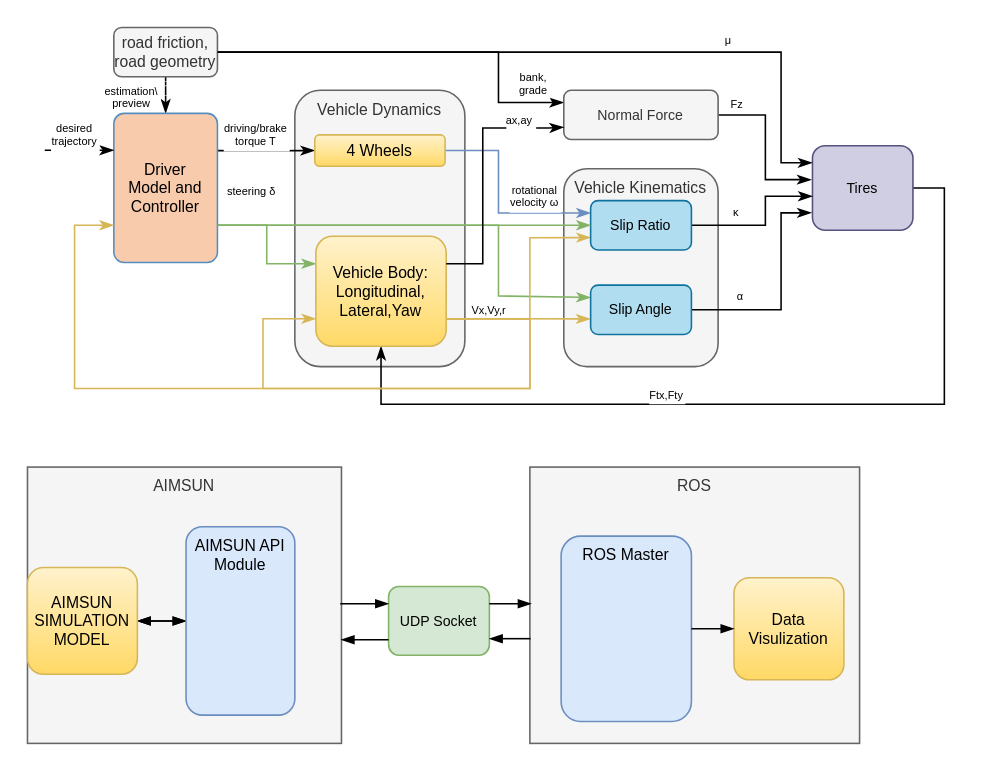
This is page "Page-1" (1 of 2) of ROS_AIMSUN_Bridge.drawio from LimingGao/draw_io, a draw.io file, before an edit. Source tidied: cells renumbered, new cells numbered last; positions are measured from the earlier drawing's top-left corner, leaving out a move shared by most shapes. Both pictures are drawn from the tidied source at 157%, with x=0, y=0 at pixel (27, 27).
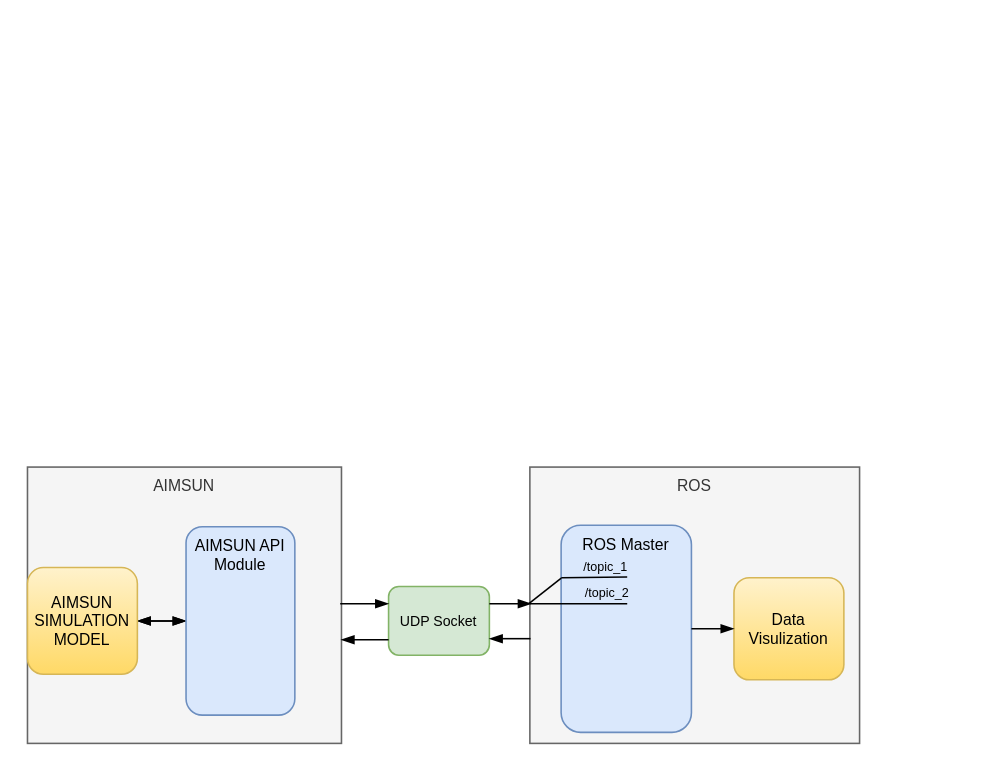
Above is the later version.

Unchanged cells that the change refers to:
```xml
<mxCell id="49" value="UDP Socket" style="rounded=1;align=center;verticalAlign=middle;fillColor=#d5e8d4;strokeColor=#82b366;fontSize=9;fontStyle=0;" parent="1" vertex="1">
  <mxGeometry x="230" y="356.1" width="64.2" height="43.7" as="geometry" />
</mxCell>
<mxCell id="50" value="ROS" style="rounded=0;align=center;verticalAlign=top;fontSize=10;fontStyle=0;strokeColor=#666666;fillColor=#f5f5f5;fontColor=#333333;glass=0;" parent="1" vertex="1">
  <mxGeometry x="320" y="280" width="210" height="176" as="geometry" />
</mxCell>
```

Diff of the diagram source:
```diff
@@
-    <mxCell id="2" style="edgeStyle=orthogonalEdgeStyle;rounded=0;jettySize=auto;startArrow=none;startFill=0;endArrow=classicThin;endFill=1;fontSize=7;dashed=1;" parent="1" edge="1" source="6" target="14">
-      <mxGeometry relative="1" as="geometry" />
-    </mxCell>
-    <mxCell id="3" value="estimation\&#10;preview" style="edgeLabel;align=center;verticalAlign=middle;fontSize=7;" parent="2" vertex="1">
-      <mxGeometry x="-0.25" relative="1" as="geometry">
-        <mxPoint x="-22" y="-6" as="offset" />
-      </mxGeometry>
-    </mxCell>
-    <mxCell id="4" style="edgeStyle=orthogonalEdgeStyle;rounded=0;jettySize=auto;entryX=0;entryY=0.25;entryDx=0;entryDy=0;startArrow=none;startFill=0;endArrow=classicThin;endFill=1;fontSize=7;exitX=1;exitY=0.5;exitDx=0;exitDy=0;" parent="1" edge="1" source="6" target="35">
-      <mxGeometry relative="1" as="geometry">
-        <Array as="points">
-          <mxPoint x="300" y="16" />
-          <mxPoint x="300" y="48" />
-        </Array>
-      </mxGeometry>
-    </mxCell>
-    <mxCell id="5" value="bank, &#10;grade" style="edgeLabel;align=center;verticalAlign=middle;fontSize=7;" parent="4" vertex="1">
-      <mxGeometry x="0.59" y="-1" relative="1" as="geometry">
-        <mxPoint x="23" y="-2.1" as="offset" />
-      </mxGeometry>
-    </mxCell>
-    <mxCell id="6" value="road friction,&#10;road geometry" style="rounded=1;labelBackgroundColor=none;arcSize=16;verticalAlign=middle;fontSize=10;align=center;fillColor=#f5f5f5;strokeColor=#666666;fontColor=#333333;" parent="1" vertex="1">
-      <mxGeometry x="55" width="66" height="31.4" as="geometry" />
-    </mxCell>
-    <mxCell id="7" value="Vehicle Kinematics" style="rounded=1;align=center;verticalAlign=top;fontSize=10;fontStyle=0;strokeColor=#666666;fillColor=#f5f5f5;fontColor=#333333;glass=0;" parent="1" vertex="1">
-      <mxGeometry x="341.6" y="90" width="98.3" height="126" as="geometry" />
-    </mxCell>
-    <mxCell id="8" value="Vehicle Dynamics" style="rounded=1;align=center;verticalAlign=top;fontSize=10;fontStyle=0;strokeColor=#666666;fillColor=#f5f5f5;fontColor=#333333;glass=0;" parent="1" vertex="1">
-      <mxGeometry x="170.3" y="40" width="108.3" height="176" as="geometry" />
-    </mxCell>
-    <mxCell id="9" style="edgeStyle=orthogonalEdgeStyle;rounded=0;jettySize=auto;entryX=0;entryY=0.5;entryDx=0;entryDy=0;exitX=1;exitY=0.25;exitDx=0;exitDy=0;endArrow=classicThin;endFill=1;" parent="1" edge="1" source="14" target="17">
-      <mxGeometry relative="1" as="geometry" />
-    </mxCell>
-    <mxCell id="10" value="driving/brake &#10;torque T" style="edgeLabel;align=center;verticalAlign=middle;fontSize=7;" parent="9" vertex="1">
-      <mxGeometry x="-0.26" y="-1" relative="1" as="geometry">
-        <mxPoint x="1.2" y="-11.4" as="offset" />
-      </mxGeometry>
-    </mxCell>
-    <mxCell id="11" style="edgeStyle=orthogonalEdgeStyle;rounded=0;jettySize=auto;exitX=1;exitY=0.75;exitDx=0;exitDy=0;fontSize=7;endArrow=classicThin;endFill=1;fillColor=#d5e8d4;strokeColor=#82b366;entryX=0;entryY=0.25;entryDx=0;entryDy=0;" parent="1" edge="1" source="14" target="25">
-      <mxGeometry relative="1" as="geometry" />
-    </mxCell>
-    <mxCell id="12" value="steering δ" style="edgeLabel;align=center;verticalAlign=middle;fontSize=7;" parent="11" vertex="1">
-      <mxGeometry x="-0.2" y="1" relative="1" as="geometry">
-        <mxPoint x="-10.9" y="-25.5" as="offset" />
-      </mxGeometry>
-    </mxCell>
-    <mxCell id="13" style="edgeStyle=orthogonalEdgeStyle;rounded=0;jettySize=auto;exitX=1;exitY=0.75;exitDx=0;exitDy=0;entryX=0;entryY=0.25;entryDx=0;entryDy=0;fontSize=7;endArrow=classicThin;endFill=1;fillColor=#d5e8d4;strokeColor=#82b366;" parent="1" edge="1" source="14" target="28">
-      <mxGeometry relative="1" as="geometry">
-        <Array as="points">
-          <mxPoint x="300" y="126" />
-          <mxPoint x="300" y="171" />
-        </Array>
-      </mxGeometry>
-    </mxCell>
-    <mxCell id="14" value="Driver &#10;Model and &#10;Controller" style="rounded=1;align=center;verticalAlign=middle;fontSize=10;fontStyle=0;fillColor=#F8CBAD;strokeColor=#578EC0;arcSize=10;" parent="1" vertex="1">
-      <mxGeometry x="55" y="54.7" width="66" height="95" as="geometry" />
-    </mxCell>
-    <mxCell id="15" style="edgeStyle=orthogonalEdgeStyle;rounded=0;jettySize=auto;fontSize=7;entryX=0;entryY=0.25;entryDx=0;entryDy=0;endArrow=classicThin;endFill=1;fillColor=#dae8fc;strokeColor=#6c8ebf;" parent="1" edge="1" source="17" target="31">
-      <mxGeometry relative="1" as="geometry">
-        <Array as="points">
-          <mxPoint x="300" y="78" />
-          <mxPoint x="300" y="118" />
-        </Array>
-      </mxGeometry>
-    </mxCell>
-    <mxCell id="16" value="rotational &#10;velocity ω" style="edgeLabel;align=center;verticalAlign=middle;fontSize=7;" parent="15" vertex="1">
-      <mxGeometry x="0.17" relative="1" as="geometry">
-        <mxPoint x="18.6" y="-10.9" as="offset" />
-      </mxGeometry>
-    </mxCell>
-    <mxCell id="17" value="4 Wheels" style="rounded=1;align=center;verticalAlign=middle;fontSize=10;fontStyle=0;fillColor=#fff2cc;strokeColor=#d6b656;gradientColor=#ffd966;" parent="1" vertex="1">
-      <mxGeometry x="183" y="68.4" width="83" height="20" as="geometry" />
-    </mxCell>
-    <mxCell id="18" style="edgeStyle=orthogonalEdgeStyle;rounded=0;orthogonalLoop=1;jettySize=auto;exitX=0.5;exitY=1;exitDx=0;exitDy=0;" parent="1" edge="1" source="17" target="17">
-      <mxGeometry relative="1" as="geometry" />
-    </mxCell>
-    <mxCell id="19" style="edgeStyle=orthogonalEdgeStyle;rounded=0;jettySize=auto;exitX=1;exitY=0.5;exitDx=0;exitDy=0;fontSize=7;endArrow=classicThin;endFill=1;entryX=0.5;entryY=1;entryDx=0;entryDy=0;" parent="1" edge="1" source="21" target="25">
-      <mxGeometry relative="1" as="geometry">
-        <Array as="points">
-          <mxPoint x="584" y="102" />
-          <mxPoint x="584" y="240" />
-          <mxPoint x="225" y="240" />
-        </Array>
-      </mxGeometry>
-    </mxCell>
-    <mxCell id="20" value="Ftx,Fty" style="edgeLabel;align=center;verticalAlign=middle;fontSize=7;" parent="19" vertex="1">
-      <mxGeometry x="0.22" relative="1" as="geometry">
-        <mxPoint x="3" y="-6" as="offset" />
-      </mxGeometry>
-    </mxCell>
-    <mxCell id="21" value="Tires" style="rounded=1;align=center;verticalAlign=middle;fillColor=#d0cee2;strokeColor=#56517e;fontSize=9;fontStyle=0;" parent="1" vertex="1">
-      <mxGeometry x="500" y="75.3" width="64" height="53.8" as="geometry" />
-    </mxCell>
-    <mxCell id="22" style="edgeStyle=orthogonalEdgeStyle;rounded=0;jettySize=auto;fontSize=7;entryX=-0.003;entryY=0.685;entryDx=0;entryDy=0;entryPerimeter=0;endArrow=classicThin;endFill=1;exitX=1;exitY=0.75;exitDx=0;exitDy=0;fillColor=#fff2cc;strokeColor=#d6b656;" parent="1" edge="1" source="25" target="28">
-      <mxGeometry relative="1" as="geometry" />
-    </mxCell>
-    <mxCell id="23" value="Vx,Vy,r" style="edgeLabel;align=center;verticalAlign=middle;fontSize=7;" parent="22" vertex="1">
-      <mxGeometry x="-0.62" relative="1" as="geometry">
-        <mxPoint x="10" y="-5.7" as="offset" />
-      </mxGeometry>
-    </mxCell>
-    <mxCell id="24" style="edgeStyle=orthogonalEdgeStyle;rounded=0;jettySize=auto;startArrow=none;startFill=0;endArrow=classicThin;endFill=1;fontSize=7;entryX=0;entryY=0.75;entryDx=0;entryDy=0;exitX=1;exitY=0.75;exitDx=0;exitDy=0;fillColor=#fff2cc;strokeColor=#d6b656;" parent="1" edge="1" source="25" target="31">
-      <mxGeometry relative="1" as="geometry">
-        <Array as="points">
-          <mxPoint x="320" y="186" />
-          <mxPoint x="320" y="134" />
-        </Array>
-      </mxGeometry>
-    </mxCell>
-    <mxCell id="25" value="Vehicle Body:&#10;Longitudinal,&#10;Lateral,Yaw" style="rounded=1;align=center;verticalAlign=middle;fontSize=10;fontStyle=0;fillColor=#fff2cc;strokeColor=#d6b656;gradientColor=#ffd966;" parent="1" vertex="1">
-      <mxGeometry x="183.7" y="133" width="83" height="70" as="geometry" />
-    </mxCell>
-    <mxCell id="26" style="edgeStyle=orthogonalEdgeStyle;rounded=0;jettySize=auto;startArrow=none;startFill=0;endArrow=classicThin;endFill=1;fontSize=7;entryX=-0.01;entryY=0.795;entryDx=0;entryDy=0;entryPerimeter=0;" parent="1" edge="1" source="28" target="21">
-      <mxGeometry relative="1" as="geometry">
-        <Array as="points">
-          <mxPoint x="480" y="180" />
-          <mxPoint x="480" y="118" />
-        </Array>
-      </mxGeometry>
-    </mxCell>
-    <mxCell id="27" value="α" style="edgeLabel;align=center;verticalAlign=middle;fontSize=7;" parent="26" vertex="1">
-      <mxGeometry x="-0.64" y="-1" relative="1" as="geometry">
-        <mxPoint x="5.9" y="-9.8" as="offset" />
-      </mxGeometry>
-    </mxCell>
-    <mxCell id="28" value="Slip Angle" style="rounded=1;align=center;verticalAlign=middle;fillColor=#b1ddf0;strokeColor=#10739e;fontSize=9;fontStyle=0;" parent="1" vertex="1">
-      <mxGeometry x="358.7" y="164.1" width="64.2" height="31.4" as="geometry" />
-    </mxCell>
-    <mxCell id="29" style="edgeStyle=orthogonalEdgeStyle;rounded=0;jettySize=auto;startArrow=none;startFill=0;endArrow=classicThin;endFill=1;fontSize=7;entryX=0;entryY=0.599;entryDx=0;entryDy=0;entryPerimeter=0;" parent="1" edge="1" source="31" target="21">
-      <mxGeometry relative="1" as="geometry">
-        <Array as="points">
-          <mxPoint x="470" y="126" />
-          <mxPoint x="470" y="108" />
-        </Array>
-      </mxGeometry>
-    </mxCell>
-    <mxCell id="30" value="κ" style="edgeLabel;align=center;verticalAlign=middle;fontSize=7;" parent="29" vertex="1">
-      <mxGeometry x="0.02" y="6" relative="1" as="geometry">
-        <mxPoint x="-12.9" y="-6.3" as="offset" />
-      </mxGeometry>
-    </mxCell>
-    <mxCell id="31" value="Slip Ratio" style="rounded=1;align=center;verticalAlign=middle;fillColor=#b1ddf0;strokeColor=#10739e;fontSize=9;fontStyle=0;" parent="1" vertex="1">
-      <mxGeometry x="358.7" y="110.3" width="64.2" height="31.4" as="geometry" />
-    </mxCell>
-    <mxCell id="32" style="edgeStyle=orthogonalEdgeStyle;rounded=0;jettySize=auto;exitX=1;exitY=0.75;exitDx=0;exitDy=0;fontSize=7;endArrow=classicThin;endFill=1;fillColor=#d5e8d4;strokeColor=#82b366;entryX=0;entryY=0.5;entryDx=0;entryDy=0;" parent="1" edge="1" source="14" target="31">
-      <mxGeometry relative="1" as="geometry" />
-    </mxCell>
-    <mxCell id="33" style="edgeStyle=orthogonalEdgeStyle;rounded=0;jettySize=auto;startArrow=none;startFill=0;endArrow=classicThin;endFill=1;fontSize=7;entryX=-0.012;entryY=0.402;entryDx=0;entryDy=0;entryPerimeter=0;" parent="1" edge="1" source="35" target="21">
-      <mxGeometry relative="1" as="geometry">
-        <Array as="points">
-          <mxPoint x="470" y="56" />
-          <mxPoint x="470" y="97" />
-        </Array>
-      </mxGeometry>
-    </mxCell>
-    <mxCell id="34" value="Fz" style="edgeLabel;align=center;verticalAlign=middle;fontSize=7;" parent="33" vertex="1">
-      <mxGeometry x="-0.74" y="1" relative="1" as="geometry">
-        <mxPoint x="-1.2" y="-6" as="offset" />
-      </mxGeometry>
-    </mxCell>
-    <mxCell id="35" value="Normal Force" style="rounded=1;align=center;verticalAlign=middle;fontSize=9;fontStyle=0;fillColor=#f5f5f5;strokeColor=#666666;fontColor=#333333;" parent="1" vertex="1">
-      <mxGeometry x="341.6" y="40" width="98.3" height="31.4" as="geometry" />
-    </mxCell>
-    <mxCell id="36" style="edgeStyle=orthogonalEdgeStyle;rounded=0;jettySize=auto;startArrow=none;startFill=0;endArrow=classicThin;endFill=1;fontSize=7;entryX=0;entryY=0.75;entryDx=0;entryDy=0;exitX=1;exitY=0.25;exitDx=0;exitDy=0;" parent="1" edge="1" source="25" target="35">
-      <mxGeometry relative="1" as="geometry">
-        <Array as="points">
-          <mxPoint x="290" y="151" />
-          <mxPoint x="290" y="64" />
-          <mxPoint x="332" y="64" />
-        </Array>
-      </mxGeometry>
-    </mxCell>
-    <mxCell id="37" value="ax,ay" style="edgeLabel;align=center;verticalAlign=middle;fontSize=7;" parent="36" vertex="1">
-      <mxGeometry x="-0.54" y="1" relative="1" as="geometry">
-        <mxPoint x="24" y="-77.9" as="offset" />
-      </mxGeometry>
-    </mxCell>
-    <mxCell id="38" style="edgeStyle=orthogonalEdgeStyle;rounded=0;orthogonalLoop=1;jettySize=auto;startArrow=none;startFill=0;endArrow=classicThin;endFill=1;fontSize=7;entryX=0;entryY=0.75;entryDx=0;entryDy=0;exitX=1;exitY=0.75;exitDx=0;exitDy=0;fillColor=#fff2cc;strokeColor=#d6b656;" parent="1" edge="1" source="25" target="25">
-      <mxGeometry relative="1" as="geometry">
-        <Array as="points">
-          <mxPoint x="320" y="186" />
-          <mxPoint x="320" y="230" />
-          <mxPoint x="150" y="230" />
-          <mxPoint x="150" y="186" />
-        </Array>
-      </mxGeometry>
-    </mxCell>
-    <mxCell id="39" style="edgeStyle=orthogonalEdgeStyle;rounded=0;jettySize=auto;startArrow=none;startFill=0;endArrow=classicThin;endFill=1;fontSize=7;entryX=0;entryY=0.75;entryDx=0;entryDy=0;exitX=1;exitY=0.75;exitDx=0;exitDy=0;fillColor=#fff2cc;strokeColor=#d6b656;" parent="1" edge="1" source="25" target="14">
-      <mxGeometry relative="1" as="geometry">
-        <Array as="points">
-          <mxPoint x="320" y="186" />
-          <mxPoint x="320" y="230" />
-          <mxPoint x="30" y="230" />
-          <mxPoint x="30" y="126" />
-        </Array>
-      </mxGeometry>
-    </mxCell>
-    <mxCell id="40" style="edgeStyle=orthogonalEdgeStyle;rounded=0;orthogonalLoop=1;jettySize=auto;entryX=0;entryY=0.5;entryDx=0;entryDy=0;exitX=1;exitY=0.25;exitDx=0;exitDy=0;endArrow=classicThin;endFill=1;" parent="1" edge="1">
-      <mxGeometry relative="1" as="geometry">
-        <mxPoint x="11" y="78.2" as="sourcePoint" />
-        <mxPoint x="55" y="78.2" as="targetPoint" />
-      </mxGeometry>
-    </mxCell>
-    <mxCell id="41" value="desired&#10;trajectory" style="edgeLabel;align=center;verticalAlign=middle;fontSize=7;" parent="40" vertex="1">
-      <mxGeometry x="-0.26" y="-1" relative="1" as="geometry">
-        <mxPoint x="2.7" y="-10.8" as="offset" />
-      </mxGeometry>
-    </mxCell>
-    <mxCell id="42" style="edgeStyle=orthogonalEdgeStyle;rounded=0;jettySize=auto;startArrow=none;startFill=0;endArrow=classicThin;endFill=1;fontSize=7;exitX=1;exitY=0.5;exitDx=0;exitDy=0;entryX=-0.002;entryY=0.203;entryDx=0;entryDy=0;entryPerimeter=0;" parent="1" edge="1" source="6" target="21">
-      <mxGeometry relative="1" as="geometry">
-        <Array as="points">
-          <mxPoint x="480" y="16" />
-          <mxPoint x="480" y="86" />
-        </Array>
-      </mxGeometry>
-    </mxCell>
-    <mxCell id="43" value="μ" style="edgeLabel;align=center;verticalAlign=middle;fontSize=7;" parent="42" vertex="1">
-      <mxGeometry x="0.33" y="1" relative="1" as="geometry">
-        <mxPoint x="26.2" y="-6.7" as="offset" />
-      </mxGeometry>
-    </mxCell>
@@
     <mxCell id="51" value="ROS Master" style="rounded=1;align=center;verticalAlign=top;fontSize=10;fontStyle=0;fillColor=#dae8fc;strokeColor=#6c8ebf;" parent="1" vertex="1">
-      <mxGeometry x="339.9" y="324" width="83" height="118" as="geometry" />
+      <mxGeometry x="339.9" y="317" width="83" height="132" as="geometry" />
     </mxCell>
@@
     <mxCell id="56" style="edgeStyle=orthogonalEdgeStyle;rounded=0;jettySize=auto;html=1;startArrow=blockThin;startFill=1;endArrow=none;endFill=0;strokeWidth=1;entryX=1;entryY=0.25;entryDx=0;entryDy=0;exitX=0.004;exitY=0.495;exitDx=0;exitDy=0;exitPerimeter=0;" parent="1" edge="1" source="50" target="49">
-      <mxGeometry relative="1" as="geometry" />
+      <mxGeometry relative="1" as="geometry">
+        <Array as="points">
+          <mxPoint x="300" y="367" />
+          <mxPoint x="300" y="367" />
+        </Array>
+      </mxGeometry>
     </mxCell>
@@
+    <mxCell id="59" style="edgeStyle=orthogonalEdgeStyle;rounded=0;orthogonalLoop=1;jettySize=auto;html=1;startArrow=none;startFill=0;endArrow=none;endFill=0;strokeWidth=1;" parent="1" edge="1">
+      <mxGeometry relative="1" as="geometry">
+        <mxPoint x="382" y="367" as="sourcePoint" />
+        <mxPoint x="320" y="367" as="targetPoint" />
+      </mxGeometry>
+    </mxCell>
+    <mxCell id="60" value="/topic_2" style="edgeLabel;html=1;align=center;verticalAlign=middle;fontSize=8;labelBackgroundColor=none;" parent="59" vertex="1">
+      <mxGeometry x="-0.2" y="2" relative="1" as="geometry">
+        <mxPoint x="11" y="-10" as="offset" />
+      </mxGeometry>
+    </mxCell>
+    <mxCell id="61" style="rounded=0;orthogonalLoop=1;jettySize=auto;html=1;startArrow=none;startFill=0;endArrow=none;endFill=0;strokeWidth=1;" parent="1" edge="1">
+      <mxGeometry relative="1" as="geometry">
+        <mxPoint x="382" y="350" as="sourcePoint" />
+        <mxPoint x="340" y="350.5" as="targetPoint" />
+      </mxGeometry>
+    </mxCell>
+    <mxCell id="62" value="/topic_1" style="edgeLabel;html=1;align=center;verticalAlign=middle;fontSize=8;labelBackgroundColor=none;" parent="61" vertex="1">
+      <mxGeometry x="-0.2" y="2" relative="1" as="geometry">
+        <mxPoint x="2.9" y="-8.5" as="offset" />
+      </mxGeometry>
+    </mxCell>
+    <mxCell id="63" style="rounded=0;jettySize=auto;html=1;startArrow=none;startFill=0;endArrow=none;endFill=0;strokeWidth=1;entryX=-0.003;entryY=0.494;entryDx=0;entryDy=0;exitX=0.001;exitY=0.255;exitDx=0;exitDy=0;entryPerimeter=0;exitPerimeter=0;" parent="1" edge="1" source="51" target="50">
+      <mxGeometry relative="1" as="geometry" />
+    </mxCell>
```
